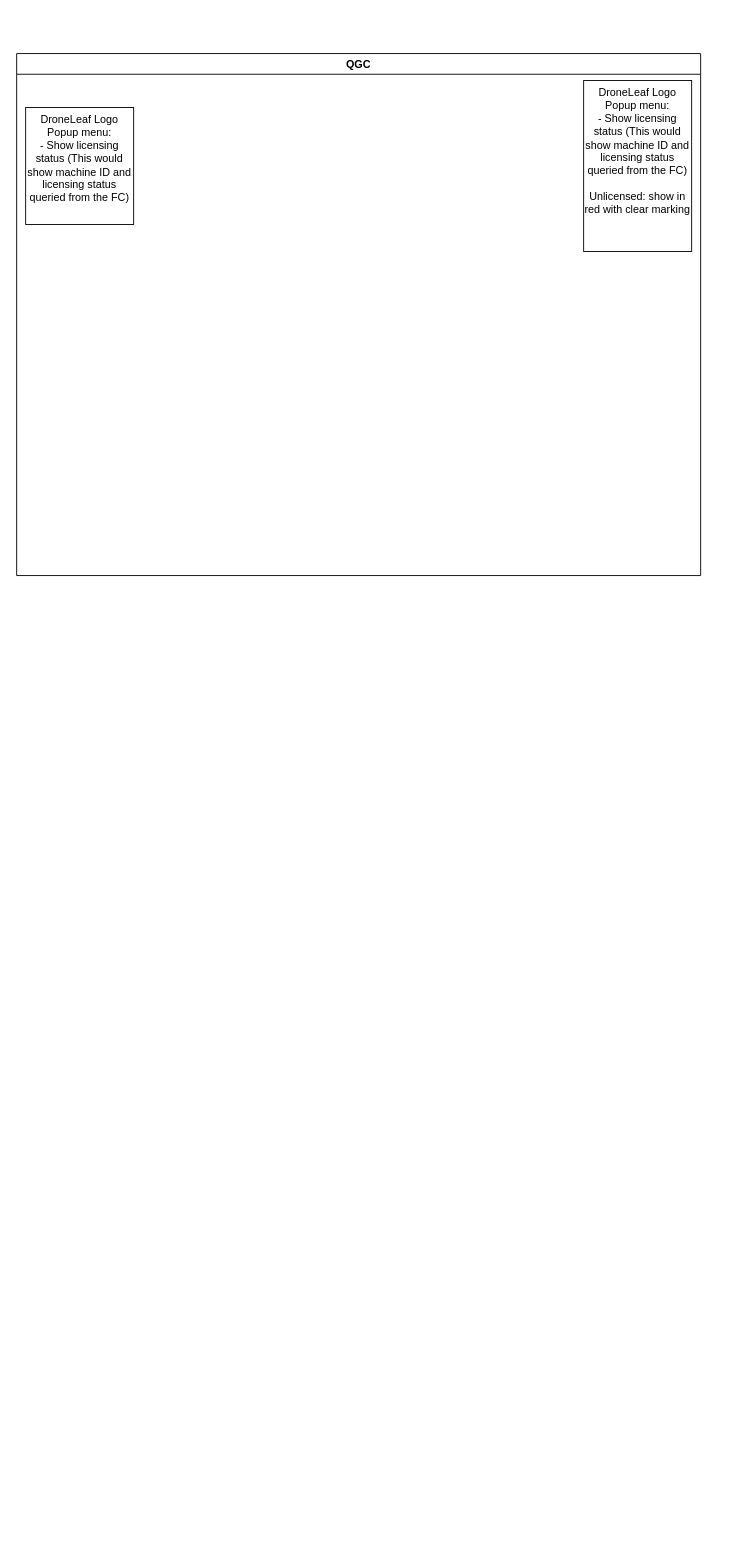
Before: Product/Hardware/QGC_UI.drawio in DroneLeaf/HEAR_wiki, a draw.io diagram. Source tidied: cells renumbered, new cells numbered last; positions are measured from the earlier drawing's top-left corner, leaving out a move shared by most shapes. Both pictures are drawn from the tidied source at 90%, with x=0, y=0 at pixel (16, 53).
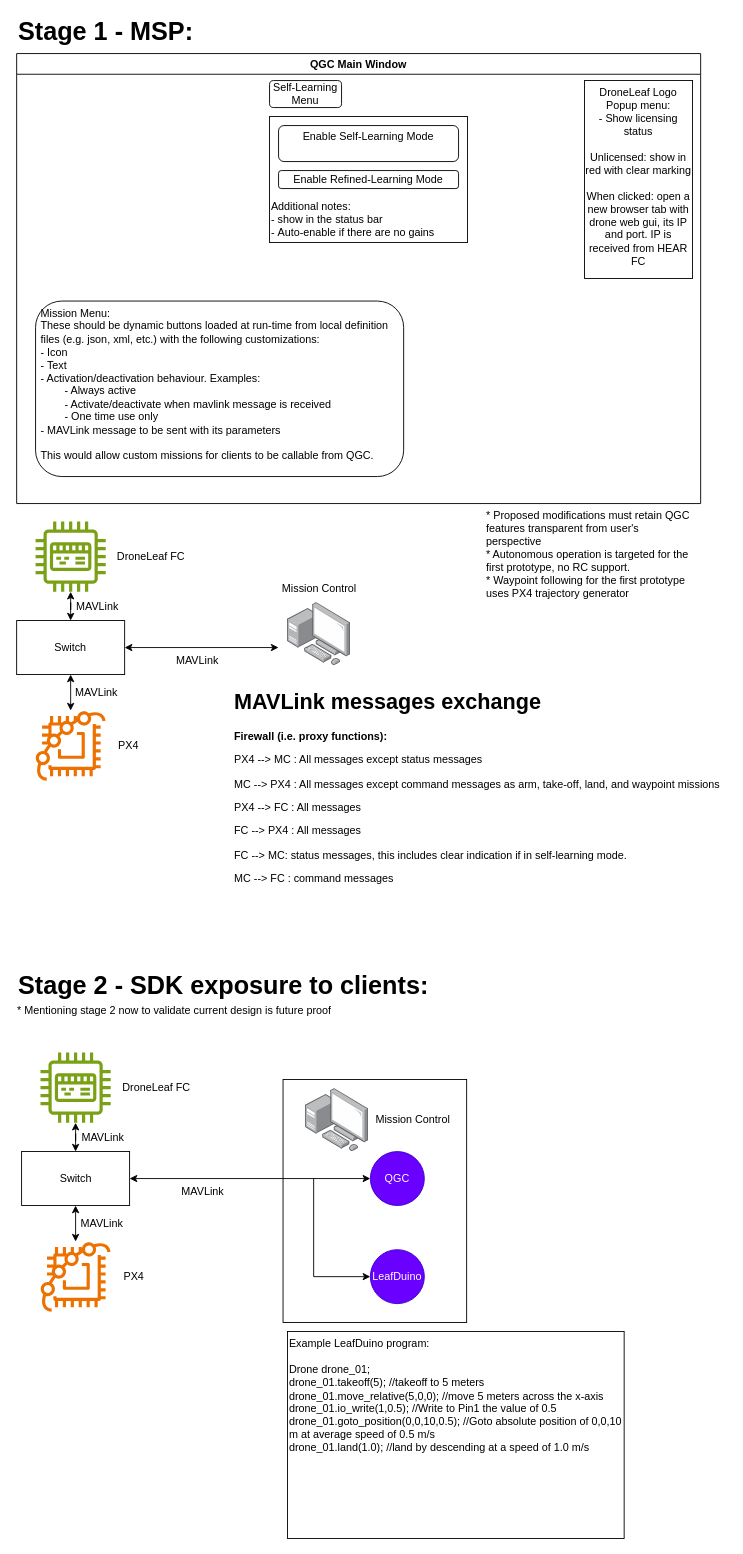
After the change.

Diff of the diagram source:
```diff
@@
+    <mxCell id="5" style="rounded=0;whiteSpace=wrap;html=1;" parent="1" vertex="1">
+      <mxGeometry x="296" y="1140" width="204" height="270" as="geometry" />
+    </mxCell>
-    <mxCell id="2" value="QGC" style="swimlane;whiteSpace=wrap;html=1;" parent="1" vertex="1">
-      <mxGeometry width="760" height="580" as="geometry" />
+    <mxCell id="2" value="QGC Main Window" style="swimlane;whiteSpace=wrap;html=1;startSize=23;" parent="1" vertex="1">
+      <mxGeometry width="760" height="500" as="geometry" />
     </mxCell>
+    <mxCell id="4" value="&lt;div&gt;&lt;br&gt;&lt;/div&gt;&lt;div&gt;&lt;br&gt;&lt;/div&gt;&lt;div&gt;&lt;br&gt;&lt;/div&gt;&lt;div&gt;&lt;br&gt;&lt;/div&gt;&lt;div&gt;&lt;br&gt;&lt;/div&gt;&lt;div&gt;&lt;br&gt;&lt;/div&gt;&lt;div&gt;Additional notes:&lt;br&gt;- show in the status bar&lt;/div&gt;&lt;div&gt;-&amp;nbsp;&lt;span style=&quot;background-color: initial;&quot;&gt;Auto-enable if there are no gains&lt;/span&gt;&lt;/div&gt;" style="rounded=0;whiteSpace=wrap;html=1;verticalAlign=top;align=left;" parent="2" vertex="1">
+      <mxGeometry x="281" y="70" width="220" height="140" as="geometry" />
+    </mxCell>
+    <mxCell id="6" value="Enable Self-Learning Mode&lt;div&gt;&lt;br/&gt;&lt;/div&gt;" style="rounded=1;whiteSpace=wrap;html=1;" parent="2" vertex="1">
+      <mxGeometry x="291" y="80" width="200" height="40" as="geometry" />
+    </mxCell>
+    <mxCell id="7" value="Enable Refined-Learning Mode" style="rounded=1;whiteSpace=wrap;html=1;" parent="2" vertex="1">
+      <mxGeometry x="291" y="130" width="200" height="20" as="geometry" />
+    </mxCell>
+    <mxCell id="8" value="&lt;div&gt;Mission Menu:&lt;/div&gt;&lt;div&gt;These should be dynamic buttons loaded at run-time from local definition files (e.g. json, xml, etc.) with the following customizations:&lt;/div&gt;&lt;div&gt;- Icon&lt;/div&gt;&lt;div&gt;- Text&lt;/div&gt;&lt;div&gt;- Activation/deactivation behaviour. Examples:&lt;br&gt;&lt;span style=&quot;white-space: pre;&quot;&gt;&#9;&lt;/span&gt;- Always active&lt;br&gt;&lt;/div&gt;&lt;div&gt;&lt;span style=&quot;white-space: pre;&quot;&gt;&#9;&lt;/span&gt;- Activate/deactivate when mavlink message is received&lt;br&gt;&lt;/div&gt;&lt;div&gt;&lt;span style=&quot;white-space: pre;&quot;&gt;&#9;&lt;/span&gt;- One time use only&lt;br&gt;&lt;/div&gt;&lt;div&gt;- MAVLink message to be sent with its parameters&lt;/div&gt;&lt;div&gt;&lt;br&gt;&lt;/div&gt;&lt;div&gt;This would allow custom missions for clients to be callable from QGC.&amp;nbsp;&lt;/div&gt;" style="rounded=1;whiteSpace=wrap;html=1;verticalAlign=top;align=left;spacingLeft=4;" parent="2" vertex="1">
+      <mxGeometry x="21" y="275" width="409" height="195" as="geometry" />
+    </mxCell>
-    <mxCell id="3" value="DroneLeaf Logo&lt;div&gt;Popup menu:&lt;br&gt;- Show licensing status (This would show machine ID and licensing status queried from the FC)&lt;br&gt;&lt;/div&gt;&lt;div&gt;&lt;br&gt;&lt;/div&gt;&lt;div&gt;Unlicensed: show in red with clear marking&lt;/div&gt;" style="rounded=0;whiteSpace=wrap;html=1;verticalAlign=top;" parent="2" vertex="1">
-      <mxGeometry x="630" y="30" width="120" height="190" as="geometry" />
+    <mxCell id="3" value="DroneLeaf Logo&lt;div&gt;Popup menu:&lt;br&gt;- Show licensing status&lt;br&gt;&lt;/div&gt;&lt;div&gt;&lt;br&gt;&lt;/div&gt;&lt;div&gt;Unlicensed: show in red with clear marking&lt;br&gt;&lt;br&gt;When clicked: open a new browser tab with drone web gui, its IP and port. IP is received from HEAR FC&lt;/div&gt;" style="rounded=0;whiteSpace=wrap;html=1;verticalAlign=top;" parent="2" vertex="1">
+      <mxGeometry x="631" y="30" width="120" height="220" as="geometry" />
     </mxCell>
-    <mxCell id="4" value="DroneLeaf Logo&lt;div&gt;Popup menu:&lt;br&gt;- Show licensing status (This would show machine ID and licensing status queried from the FC)&lt;br&gt;&lt;/div&gt;" style="rounded=0;whiteSpace=wrap;html=1;verticalAlign=top;" parent="2" vertex="1">
-      <mxGeometry x="10" y="60" width="120" height="130" as="geometry" />
-    </mxCell>
+    <mxCell id="9" value="Self-Learning Menu" style="rounded=1;whiteSpace=wrap;html=1;" parent="2" vertex="1">
+      <mxGeometry x="281" y="30" width="80" height="30" as="geometry" />
+    </mxCell>
+    <mxCell id="10" style="image;html=1;align=center;shadow=0;dashed=0;image=img/lib/allied_telesis/computer_and_terminals/Personal_Computer_with_Server.svg;" parent="1" vertex="1">
+      <mxGeometry x="301" y="610" width="70" height="70" as="geometry" />
+    </mxCell>
+    <mxCell id="11" style="sketch=0;outlineConnect=0;fontColor=#232F3E;gradientColor=none;fillColor=#ED7100;strokeColor=none;dashed=0;verticalLabelPosition=bottom;verticalAlign=top;align=center;html=1;fontSize=12;fontStyle=0;shape=mxgraph.aws4.braket_chip;" parent="1" vertex="1">
+      <mxGeometry x="21" y="730" width="78" height="78" as="geometry" />
+    </mxCell>
+    <mxCell id="12" style="sketch=0;outlineConnect=0;fontColor=#232F3E;gradientColor=none;fillColor=#7AA116;strokeColor=none;dashed=0;verticalLabelPosition=bottom;verticalAlign=top;align=center;html=1;fontSize=12;fontStyle=0;shape=mxgraph.aws4.iot_thing_industrial_pc;" parent="1" vertex="1">
+      <mxGeometry x="21" y="520" width="78" height="78" as="geometry" />
+    </mxCell>
+    <mxCell id="13" value="DroneLeaf FC" style="text;html=1;align=center;verticalAlign=middle;strokeColor=none;fillColor=none;" parent="1" vertex="1">
+      <mxGeometry x="99" y="544" width="100" height="30" as="geometry" />
+    </mxCell>
+    <mxCell id="14" value="PX4" style="text;html=1;align=center;verticalAlign=middle;strokeColor=none;fillColor=none;" parent="1" vertex="1">
+      <mxGeometry x="99" y="754" width="50" height="30" as="geometry" />
+    </mxCell>
+    <mxCell id="15" value="Mission Control" style="text;html=1;align=center;verticalAlign=middle;strokeColor=none;fillColor=none;" parent="1" vertex="1">
+      <mxGeometry x="281" y="580" width="110" height="30" as="geometry" />
+    </mxCell>
+    <mxCell id="16" style="endArrow=classic;html=1;rounded=0;exitX=1;exitY=0.5;exitDx=0;exitDy=0;startArrow=classic;startFill=1;" parent="1" edge="1" source="19">
+      <mxGeometry relative="1" as="geometry">
+        <mxPoint x="291" y="660" as="targetPoint" />
+      </mxGeometry>
+    </mxCell>
+    <mxCell id="17" style="edgeStyle=orthogonalEdgeStyle;rounded=0;jettySize=auto;html=1;exitX=0.5;exitY=1;exitDx=0;exitDy=0;startArrow=classic;startFill=1;" parent="1" edge="1" source="19" target="11">
+      <mxGeometry relative="1" as="geometry" />
+    </mxCell>
+    <mxCell id="18" style="edgeStyle=orthogonalEdgeStyle;rounded=0;jettySize=auto;html=1;exitX=0.5;exitY=0;exitDx=0;exitDy=0;startArrow=classic;startFill=1;" parent="1" edge="1" source="19" target="12">
+      <mxGeometry relative="1" as="geometry" />
+    </mxCell>
+    <mxCell id="19" value="Switch" style="rounded=0;whiteSpace=wrap;html=1;" parent="1" vertex="1">
+      <mxGeometry y="630" width="120" height="60" as="geometry" />
+    </mxCell>
+    <mxCell id="20" value="MAVLink" style="text;html=1;align=center;verticalAlign=middle;whiteSpace=wrap;rounded=0;" parent="1" vertex="1">
+      <mxGeometry x="171" y="660" width="60" height="30" as="geometry" />
+    </mxCell>
+    <mxCell id="21" value="MAVLink" style="text;html=1;align=center;verticalAlign=middle;whiteSpace=wrap;rounded=0;" parent="1" vertex="1">
+      <mxGeometry x="59" y="695" width="60" height="30" as="geometry" />
+    </mxCell>
+    <mxCell id="22" value="MAVLink" style="text;html=1;align=center;verticalAlign=middle;whiteSpace=wrap;rounded=0;" parent="1" vertex="1">
+      <mxGeometry x="60" y="600" width="60" height="30" as="geometry" />
+    </mxCell>
+    <mxCell id="23" value="&lt;h1 style=&quot;margin-top: 0px;&quot;&gt;MAVLink messages exchange&lt;/h1&gt;&lt;div&gt;&lt;b&gt;Firewall (i.e. proxy functions):&lt;/b&gt;&lt;/div&gt;&lt;p&gt;PX4 --&amp;gt; MC : All messages except status messages&lt;/p&gt;&lt;p&gt;MC --&amp;gt; PX4 : All messages except command messages as arm, take-off, land, and waypoint missions&lt;/p&gt;&lt;p&gt;PX4 --&amp;gt; FC : All messages&lt;/p&gt;&lt;p&gt;FC --&amp;gt; PX4 : All messages&lt;/p&gt;&lt;p&gt;FC --&amp;gt; MC: status messages, this includes clear indication if in self-learning mode.&lt;/p&gt;&lt;p&gt;MC --&amp;gt; FC : command messages&lt;/p&gt;" style="text;html=1;whiteSpace=wrap;overflow=hidden;rounded=0;" parent="1" vertex="1">
+      <mxGeometry x="240" y="700" width="550" height="250" as="geometry" />
+    </mxCell>
+    <mxCell id="24" value="* Proposed modifications must retain QGC features transparent from user's perspective&lt;div&gt;&lt;span style=&quot;background-color: initial;&quot;&gt;* Autonomous operation is targeted for the first prototype, no RC support.&lt;br&gt;&lt;/span&gt;* Waypoint following for the first prototype uses PX4 trajectory generator&lt;/div&gt;" style="text;html=1;align=left;verticalAlign=top;whiteSpace=wrap;rounded=0;" parent="1" vertex="1">
+      <mxGeometry x="520" y="500" width="230" height="110" as="geometry" />
+    </mxCell>
+    <mxCell id="25" style="image;html=1;align=center;shadow=0;dashed=0;image=img/lib/allied_telesis/computer_and_terminals/Personal_Computer_with_Server.svg;" parent="1" vertex="1">
+      <mxGeometry x="321" y="1150" width="70" height="70" as="geometry" />
+    </mxCell>
+    <mxCell id="26" style="sketch=0;outlineConnect=0;fontColor=#232F3E;gradientColor=none;fillColor=#ED7100;strokeColor=none;dashed=0;verticalLabelPosition=bottom;verticalAlign=top;align=center;html=1;fontSize=12;fontStyle=0;shape=mxgraph.aws4.braket_chip;" parent="1" vertex="1">
+      <mxGeometry x="26.5" y="1320" width="78" height="78" as="geometry" />
+    </mxCell>
+    <mxCell id="27" style="sketch=0;outlineConnect=0;fontColor=#232F3E;gradientColor=none;fillColor=#7AA116;strokeColor=none;dashed=0;verticalLabelPosition=bottom;verticalAlign=top;align=center;html=1;fontSize=12;fontStyle=0;shape=mxgraph.aws4.iot_thing_industrial_pc;" parent="1" vertex="1">
+      <mxGeometry x="26.5" y="1110" width="78" height="78" as="geometry" />
+    </mxCell>
+    <mxCell id="28" value="DroneLeaf FC" style="text;html=1;align=center;verticalAlign=middle;strokeColor=none;fillColor=none;" parent="1" vertex="1">
+      <mxGeometry x="104.5" y="1134" width="100" height="30" as="geometry" />
+    </mxCell>
+    <mxCell id="29" value="PX4" style="text;html=1;align=center;verticalAlign=middle;strokeColor=none;fillColor=none;" parent="1" vertex="1">
+      <mxGeometry x="104.5" y="1344" width="50" height="30" as="geometry" />
+    </mxCell>
+    <mxCell id="30" value="Mission Control" style="text;html=1;align=center;verticalAlign=middle;strokeColor=none;fillColor=none;" parent="1" vertex="1">
+      <mxGeometry x="385" y="1170" width="110" height="30" as="geometry" />
+    </mxCell>
+    <mxCell id="31" style="endArrow=classic;html=1;rounded=0;exitX=1;exitY=0.5;exitDx=0;exitDy=0;startArrow=classic;startFill=1;entryX=0;entryY=0.5;entryDx=0;entryDy=0;" parent="1" edge="1" source="34" target="39">
+      <mxGeometry relative="1" as="geometry" />
+    </mxCell>
+    <mxCell id="32" style="edgeStyle=orthogonalEdgeStyle;rounded=0;jettySize=auto;html=1;exitX=0.5;exitY=1;exitDx=0;exitDy=0;startArrow=classic;startFill=1;" parent="1" edge="1" source="34" target="26">
+      <mxGeometry relative="1" as="geometry" />
+    </mxCell>
+    <mxCell id="33" style="edgeStyle=orthogonalEdgeStyle;rounded=0;jettySize=auto;html=1;exitX=0.5;exitY=0;exitDx=0;exitDy=0;startArrow=classic;startFill=1;" parent="1" edge="1" source="34" target="27">
+      <mxGeometry relative="1" as="geometry" />
+    </mxCell>
+    <mxCell id="34" value="Switch" style="rounded=0;whiteSpace=wrap;html=1;" parent="1" vertex="1">
+      <mxGeometry x="5.5" y="1220" width="120" height="60" as="geometry" />
+    </mxCell>
+    <mxCell id="35" value="MAVLink" style="text;html=1;align=center;verticalAlign=middle;whiteSpace=wrap;rounded=0;" parent="1" vertex="1">
+      <mxGeometry x="176.5" y="1250" width="60" height="30" as="geometry" />
+    </mxCell>
+    <mxCell id="36" value="MAVLink" style="text;html=1;align=center;verticalAlign=middle;whiteSpace=wrap;rounded=0;" parent="1" vertex="1">
+      <mxGeometry x="64.5" y="1285" width="60" height="30" as="geometry" />
+    </mxCell>
+    <mxCell id="37" value="MAVLink" style="text;html=1;align=center;verticalAlign=middle;whiteSpace=wrap;rounded=0;" parent="1" vertex="1">
+      <mxGeometry x="65.5" y="1190" width="60" height="30" as="geometry" />
+    </mxCell>
+    <mxCell id="38" value="Stage 2 - SDK exposure to clients:" style="text;html=1;align=left;verticalAlign=middle;whiteSpace=wrap;rounded=0;fontStyle=1;fontSize=28;" parent="1" vertex="1">
+      <mxGeometry y="1020" width="490" height="30" as="geometry" />
+    </mxCell>
+    <mxCell id="39" value="QGC" style="ellipse;whiteSpace=wrap;html=1;fillColor=#6a00ff;fontColor=#ffffff;strokeColor=#3700CC;" parent="1" vertex="1">
+      <mxGeometry x="393" y="1220" width="60" height="60" as="geometry" />
+    </mxCell>
+    <mxCell id="40" value="LeafDuino" style="ellipse;whiteSpace=wrap;html=1;fillColor=#6a00ff;fontColor=#ffffff;strokeColor=#3700CC;" parent="1" vertex="1">
+      <mxGeometry x="393" y="1329" width="60" height="60" as="geometry" />
+    </mxCell>
+    <mxCell id="41" style="endArrow=classic;html=1;rounded=0;startArrow=none;startFill=0;entryX=0;entryY=0.5;entryDx=0;entryDy=0;" parent="1" edge="1" target="40">
+      <mxGeometry relative="1" as="geometry">
+        <mxPoint x="330" y="1250" as="sourcePoint" />
+        <Array as="points">
+          <mxPoint x="330" y="1359" />
+        </Array>
+      </mxGeometry>
+    </mxCell>
+    <mxCell id="42" value="Example LeafDuino program:&lt;div&gt;&lt;br&gt;&lt;/div&gt;&lt;div&gt;Drone drone_01;&lt;/div&gt;&lt;div&gt;drone_01.takeoff(5); //takeoff to 5 meters&lt;br&gt;&lt;/div&gt;&lt;div&gt;drone_01.move_relative(5,0,0); //move 5 meters across the x-axis&lt;/div&gt;&lt;div&gt;drone_01.io_write(1,0.5); //Write to Pin1 the value of 0.5&lt;/div&gt;&lt;div&gt;drone_01.goto_position(0,0,10,0.5); //Goto absolute position of 0,0,10 m at average speed of 0.5 m/s&lt;/div&gt;&lt;div&gt;drone_01.land(1.0); //land by descending at a speed of 1.0 m/s&lt;/div&gt;&lt;div&gt;&lt;br&gt;&lt;/div&gt;" style="rounded=0;whiteSpace=wrap;html=1;align=left;verticalAlign=top;" parent="1" vertex="1">
+      <mxGeometry x="301" y="1420" width="374" height="230" as="geometry" />
+    </mxCell>
+    <mxCell id="43" value="Stage 1 - MSP:" style="text;html=1;align=left;verticalAlign=middle;whiteSpace=wrap;rounded=0;fontStyle=1;fontSize=28;" parent="1" vertex="1">
+      <mxGeometry y="-40" width="220" height="30" as="geometry" />
+    </mxCell>
+    <mxCell id="44" value="* Mentioning stage 2 now to validate current design is future proof" style="text;html=1;align=left;verticalAlign=top;whiteSpace=wrap;rounded=0;" parent="1" vertex="1">
+      <mxGeometry x="-1" y="1050" width="431" height="30" as="geometry" />
+    </mxCell>
```
